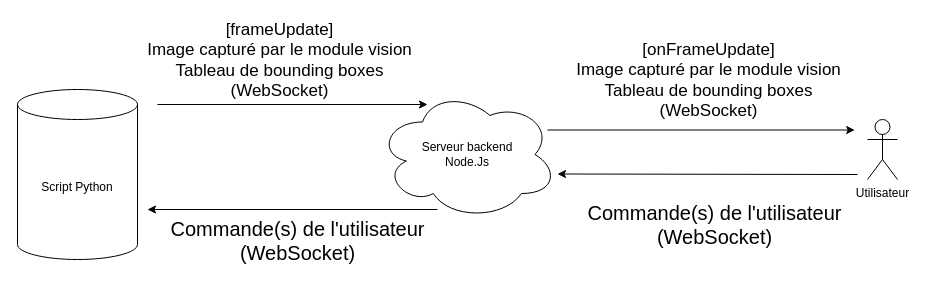
The draw.io diagram rave-server/InformationDiagram.drawio in FrancisCardinal/RAVE, before the edit. Source tidied: cells renumbered, new cells numbered last; positions are measured from the earlier drawing's top-left corner, leaving out a move shared by most shapes. Both pictures are drawn from the tidied source at 100%, with x=0, y=0 at pixel (17, 89).
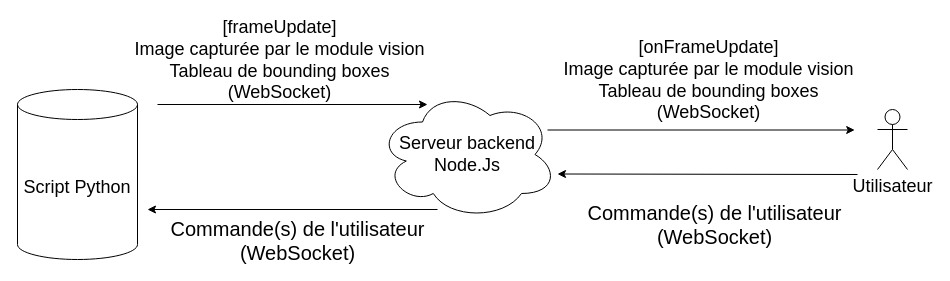
The same page after the edit.

What changed in the source:
```diff
@@
 <mxGraphModel>
   <root>
     <mxCell id="0" />
     <mxCell id="1" parent="0" />
-    <mxCell id="2" value="Serveur backend&lt;br&gt;Node.Js" style="ellipse;shape=cloud;whiteSpace=wrap;html=1;" parent="1" vertex="1">
+    <mxCell id="2" value="&lt;font style=&quot;font-size: 18px&quot;&gt;Serveur backend&lt;br&gt;Node.Js&lt;/font&gt;" style="ellipse;shape=cloud;whiteSpace=wrap;html=1;" parent="1" vertex="1">
       <mxGeometry x="360" width="180" height="130" as="geometry" />
     </mxCell>
-    <mxCell id="3" value="Script Python" style="shape=cylinder3;whiteSpace=wrap;html=1;boundedLbl=1;backgroundOutline=1;size=15;" parent="1" vertex="1">
+    <mxCell id="3" value="&lt;font style=&quot;font-size: 18px&quot;&gt;Script Python&lt;/font&gt;" style="shape=cylinder3;whiteSpace=wrap;html=1;boundedLbl=1;backgroundOutline=1;size=15;" parent="1" vertex="1">
       <mxGeometry width="120" height="170" as="geometry" />
     </mxCell>
-    <mxCell id="4" value="Utilisateur" style="shape=umlActor;verticalLabelPosition=bottom;verticalAlign=top;html=1;" parent="1" vertex="1">
-      <mxGeometry x="850" y="30" width="30" height="60" as="geometry" />
+    <mxCell id="4" value="&lt;font style=&quot;font-size: 18px&quot;&gt;Utilisateur&lt;/font&gt;" style="shape=umlActor;verticalLabelPosition=bottom;verticalAlign=top;html=1;" parent="1" vertex="1">
+      <mxGeometry x="860" y="20" width="30" height="60" as="geometry" />
     </mxCell>
     <mxCell id="5" style="endArrow=classic;html=1;rounded=0;" parent="1" edge="1">
       <mxGeometry relative="1" as="geometry">
         <mxPoint x="140" y="15" as="sourcePoint" />
         <mxPoint x="410" y="15" as="targetPoint" />
       </mxGeometry>
     </mxCell>
-    <mxCell id="6" value="&lt;span style=&quot;font-size: 17px&quot;&gt;[frameUpdate]&lt;br&gt;Image capturé par le module vision&lt;br&gt;Tableau de bounding boxes&lt;br&gt;(WebSocket)&lt;br&gt;&lt;/span&gt;" style="edgeLabel;html=1;align=center;verticalAlign=middle;rotation=0;labelBackgroundColor=none;" parent="5" vertex="1">
+    <mxCell id="6" value="&lt;span style=&quot;font-size: 18px&quot;&gt;[frameUpdate]&lt;br&gt;Image capturée par le module vision&lt;br&gt;Tableau de bounding boxes&lt;br&gt;(WebSocket)&lt;br&gt;&lt;/span&gt;" style="edgeLabel;html=1;align=center;verticalAlign=middle;rotation=0;labelBackgroundColor=none;" parent="5" vertex="1">
       <mxGeometry x="-0.14" y="-3" relative="1" as="geometry">
         <mxPoint x="5" y="-48" as="offset" />
       </mxGeometry>
     </mxCell>
     <mxCell id="7" style="endArrow=classic;html=1;rounded=0;fontSize=20;" parent="1" edge="1">
       <mxGeometry relative="1" as="geometry">
         <mxPoint x="840" y="85" as="sourcePoint" />
         <mxPoint x="540" y="84.5" as="targetPoint" />
       </mxGeometry>
     </mxCell>
     <mxCell id="8" value="Commande(s) de l'utilisateur&lt;br&gt;(WebSocket)" style="edgeLabel;html=1;align=center;verticalAlign=middle;fontSize=20;rotation=0;labelBackgroundColor=none;" parent="7" vertex="1">
       <mxGeometry x="0.26" y="2" relative="1" as="geometry">
         <mxPoint x="46" y="48" as="offset" />
       </mxGeometry>
     </mxCell>
     <mxCell id="9" style="endArrow=classic;html=1;rounded=0;fontSize=17;exitX=0.96;exitY=0.7;exitDx=0;exitDy=0;exitPerimeter=0;" parent="1" edge="1">
       <mxGeometry relative="1" as="geometry">
         <mxPoint x="530" y="40.5" as="sourcePoint" />
         <mxPoint x="837.2" y="40.5" as="targetPoint" />
       </mxGeometry>
     </mxCell>
-    <mxCell id="10" value="[onFrameUpdate]&lt;br&gt;Image capturé par le module vision&lt;br&gt;Tableau de bounding boxes&lt;br&gt;(WebSocket)" style="edgeLabel;html=1;align=center;verticalAlign=middle;fontSize=17;labelBackgroundColor=none;" parent="9" vertex="1">
+    <mxCell id="10" value="&lt;font style=&quot;font-size: 18px&quot;&gt;[onFrameUpdate]&lt;br&gt;Image capturée par le module vision&lt;br&gt;Tableau de bounding boxes&lt;br&gt;(WebSocket)&lt;/font&gt;" style="edgeLabel;html=1;align=center;verticalAlign=middle;fontSize=17;labelBackgroundColor=none;" parent="9" vertex="1">
       <mxGeometry x="-0.46" y="-5" relative="1" as="geometry">
         <mxPoint x="77" y="-55" as="offset" />
       </mxGeometry>
     </mxCell>
     <mxCell id="11" style="endArrow=classic;html=1;rounded=0;fontSize=20;entryX=1;entryY=0;entryDx=0;entryDy=120;entryPerimeter=0;" parent="1" edge="1">
       <mxGeometry relative="1" as="geometry">
         <mxPoint x="420" y="120" as="sourcePoint" />
         <mxPoint x="130" y="120" as="targetPoint" />
       </mxGeometry>
     </mxCell>
     <mxCell id="12" value="Commande(s) de l'utilisateur&lt;br&gt;(WebSocket)" style="edgeLabel;html=1;align=center;verticalAlign=middle;fontSize=20;rotation=0;labelBackgroundColor=none;" parent="11" vertex="1">
       <mxGeometry x="0.26" y="2" relative="1" as="geometry">
         <mxPoint x="42" y="28" as="offset" />
       </mxGeometry>
     </mxCell>
   </root>
 </mxGraphModel>
```
